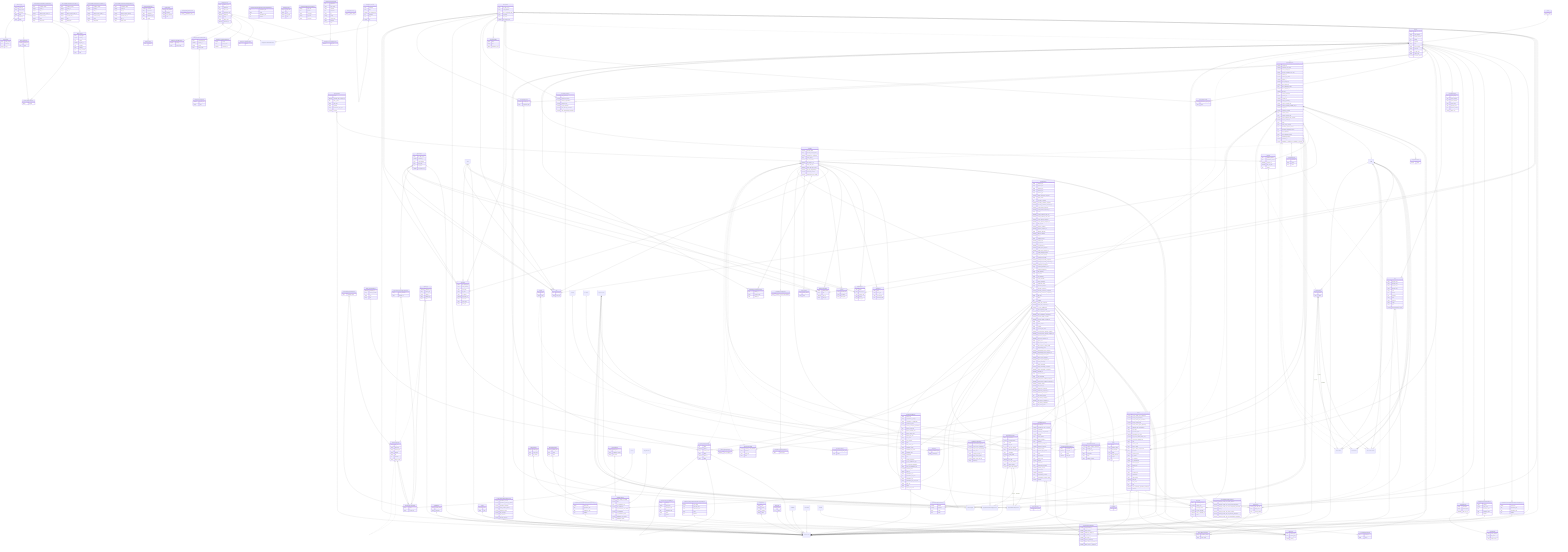
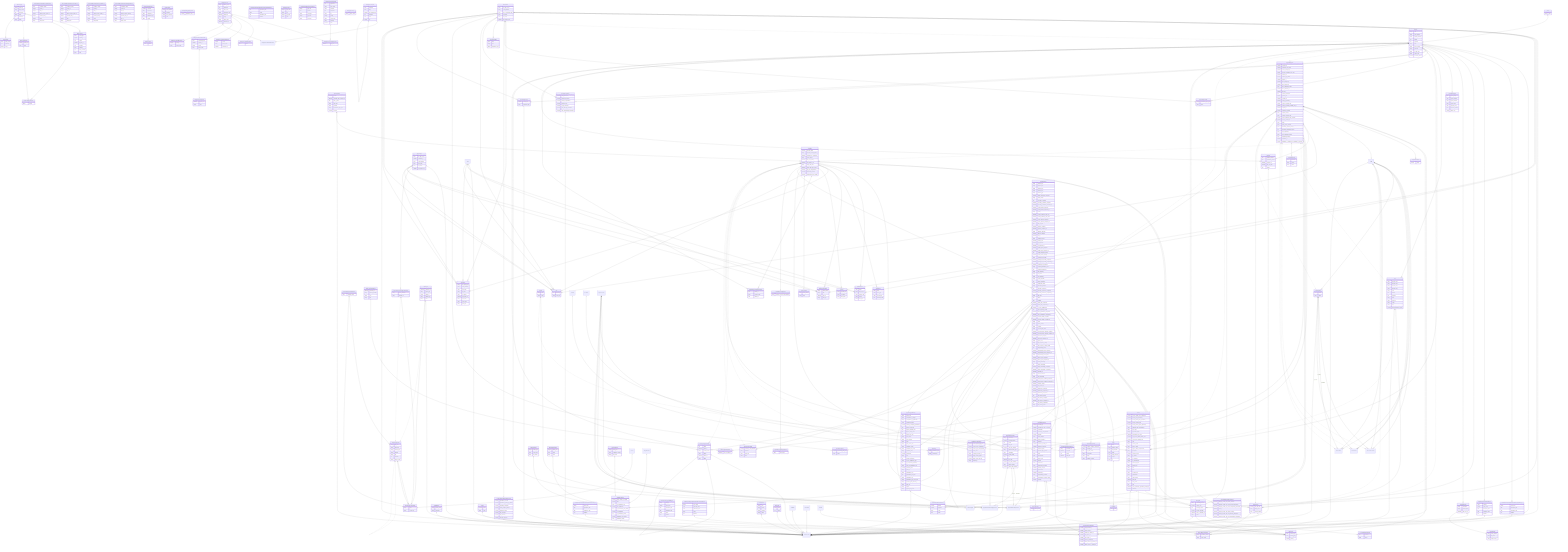
erDiagram
	direction TB
	AccountRecoveryRequest {
		string previous_account_email_address
	}
	AccountRecoveryRequestCode {
		string code_digest
	}
	"ActiveStorage::Attachment" {
		string name
		string record_type
	}
	"ActiveStorage::Blob" {
		integer byte_size
		string checksum
		string content_type
		string filename
		string key
		text metadata
		string service_name
	}
	"ActiveStorage::VariantRecord" {
		string variation_digest
	}
	"Adviser::SignUpRequest" {
		datetime sent_to_adviser_at
	}
	"Adviser::TeachingSubject" {
		datetime discarded_at
		string external_identifier
		string level
		string title
	}
	ApplicationChoice {
		datetime accepted_at
		datetime conditions_not_met_at
		datetime course_changed_at
		integer current_recruitment_cycle_year
		datetime declined_at
		boolean declined_by_default
		datetime inactive_at
		datetime offer_changed_at
		datetime offer_deferred_at
		string offer_withdrawal_reason
		datetime offer_withdrawn_at
		datetime offered_at
		text personal_statement
		integer provider_ids
		datetime recruited_at
		datetime reject_by_default_at
		integer reject_by_default_days
		datetime reject_by_default_feedback_sent_at
		datetime rejected_at
		boolean rejected_by_default
		string rejection_reason
		string rejection_reasons_type
		boolean school_placement_auto_selected
		datetime sent_to_provider_at
		string status
		string status_before_deferral
		jsonb structured_rejection_reasons
		text structured_withdrawal_reasons
		string visa_explanation
		string visa_explanation_details
		jsonb withdrawal_feedback
		datetime withdrawn_at
		boolean withdrawn_or_declined_for_candidate_by_provider
	}
	ApplicationExperience {
		string commitment
		boolean currently_working
		text details
		datetime end_date
		boolean end_date_unknown
		string experienceable_type
		string organisation
		boolean relevant_skills
		string role
		datetime start_date
		boolean start_date_unknown
		string working_pattern
		boolean working_with_children
	}
	ApplicationFeedback {
		boolean consent_to_be_contacted
		string feedback
		string page_title
		string path
	}
	ApplicationForm {
		string address_line1
		string address_line2
		string address_line3
		string address_line4
		string address_type
		boolean adviser_interruption_response
		string adviser_status
		text becoming_a_teacher
		boolean becoming_a_teacher_completed
		datetime becoming_a_teacher_completed_at
		boolean contact_details_completed
		datetime contact_details_completed_at
		string country
		datetime country_residency_date_from
		boolean country_residency_since_birth
		boolean course_choices_completed
		datetime course_choices_completed_at
		date date_of_birth
		boolean degrees_completed
		datetime degrees_completed_at
		string disability_disclosure
		boolean disclose_disability
		datetime edit_by
		jsonb editable_sections
		datetime editable_until
		boolean efl_completed
		datetime efl_completed_at
		boolean english_gcse_completed
		datetime english_gcse_completed_at
		text english_language_details
		boolean english_main_language
		jsonb equality_and_diversity
		boolean equality_and_diversity_completed
		datetime equality_and_diversity_completed_at
		boolean feedback_form_complete
		string feedback_satisfaction_level
		text feedback_suggestions
		string fifth_nationality
		string first_name
		string first_nationality
		string fourth_nationality
		text further_information
		string immigration_status
		string international_address
		text interview_preferences
		boolean interview_preferences_completed
		datetime interview_preferences_completed_at
		string last_name
		float latitude
		float longitude
		boolean maths_gcse_completed
		datetime maths_gcse_completed_at
		boolean no_other_qualifications
		text other_language_details
		boolean other_qualifications_completed
		datetime other_qualifications_completed_at
		boolean personal_details_completed
		datetime personal_details_completed_at
		string phase
		string phone_number
		string postcode
		string previous_last_names
		boolean previous_teacher_training_completed
		datetime previous_teacher_training_completed_at
		boolean references_completed
		datetime references_completed_at
		string region_code
		string right_to_work_or_study
		string right_to_work_or_study_details
		text safeguarding_issues
		boolean safeguarding_issues_completed
		datetime safeguarding_issues_completed_at
		string safeguarding_issues_status
		boolean science_gcse_completed
		datetime science_gcse_completed_at
		string second_nationality
		text subject_knowledge
		boolean subject_knowledge_completed
		datetime subject_knowledge_completed_at
		datetime submitted_at
		string support_reference
		string third_nationality
		boolean training_with_a_disability_completed
		datetime training_with_a_disability_completed_at
		boolean university_degree
		datetime visa_expired_at
		boolean volunteering_completed
		datetime volunteering_completed_at
		boolean volunteering_experience
		text work_history_breaks
		boolean work_history_completed
		datetime work_history_completed_at
		text work_history_explanation
		string work_history_status
	}
	ApplicationQualification {
		string award_year
		string comparable_uk_degree
		string comparable_uk_qualification
		jsonb constituent_grades
		boolean currently_completing_qualification
		uuid degree_grade_uuid
		uuid degree_institution_uuid
		uuid degree_subject_uuid
		uuid degree_type_uuid
		string enic_reason
		string enic_reference
		string grade
		string grade_hesa_code
		string institution_country
		string institution_hesa_code
		string institution_name
		boolean international
		string level
		text missing_explanation
		string non_uk_qualification_type
		text not_completed_explanation
		string other_uk_qualification_type
		boolean predicted_grade
		integer public_id
		string qualification_level
		uuid qualification_level_uuid
		string qualification_type
		string qualification_type_hesa_code
+ 		string selected_grade_schema_id
		string start_year
		string subject
		string subject_hesa_code
	}
	ApplicationReference {
		datetime cancelled_at
		datetime cancelled_at_end_of_cycle_at
		boolean confidential
		boolean consent_to_be_contacted
		boolean duplicate
		string email_address
		datetime email_bounced_at
		string feedback
		datetime feedback_provided_at
		datetime feedback_refused_at
		string feedback_status
		string hashed_sign_in_token
		string name
		jsonb questionnaire
		string referee_type
		boolean refused
		string relationship
		string relationship_correction
		datetime reminder_sent_at
		boolean replacement
		datetime requested_at
		string safeguarding_concerns
		string safeguarding_concerns_status
		boolean selected
	}
	ApplicationVolunteeringExperience {
	}
	ApplicationWorkExperience {
	}
	ApplicationWorkHistoryBreak {
		string breakable_type
		datetime end_date
		text reason
		datetime start_date
	}
	AuthenticationToken {
		string hashed_token
		string path
		datetime used_at
		string user_type
	}
	"Blazer::Audit" {
		string data_source
		text statement
		integer user_id
	}
	"Blazer::Check" {
		string check_type
		integer creator_id
		text emails
		datetime last_run_at
		text message
		string schedule
		text slack_channels
		string state
	}
	"Blazer::Dashboard" {
		integer creator_id
		string name
	}
	"Blazer::DashboardQuery" {
		integer position
	}
	"Blazer::Query" {
		integer creator_id
		string data_source
		text description
		string name
		text statement
		string status
	}
	Candidate {
		boolean account_locked
		string account_recovery_status
		datetime candidate_api_updated_at
		string email_address
		boolean hide_in_reporting
		datetime last_signed_in_at
		string magic_link_token
		datetime magic_link_token_sent_at
		boolean sign_up_email_bounced
		boolean submission_blocked
		boolean unsubscribed_from_emails
	}
	CandidateLocationPreference {
		decimal latitude
		decimal longitude
		string name
		float within
	}
	CandidatePoolApplication {
		boolean course_funding_type_fee
		boolean course_type_postgraduate
		boolean course_type_undergraduate
		boolean needs_visa
		integer rejected_provider_ids
		boolean study_mode_full_time
		boolean study_mode_part_time
		integer subject_ids
	}
	CandidatePreference {
		boolean dynamic_location_preferences
		string funding_type
		text opt_out_reason
		string pool_status
		string status
		string training_locations
	}
	ChaserSent {
		string chased_type
		string chaser_type
		integer course_id
	}
	Course {
		boolean accept_english_gcse_equivalency
		boolean accept_gcse_equivalency
		boolean accept_maths_gcse_equivalency
		boolean accept_pending_gcse
		boolean accept_science_gcse_equivalency
		string additional_gcse_equivalencies
		string age_range
		integer application_status
		datetime applications_open_from
		boolean can_sponsor_skilled_worker_visa
		boolean can_sponsor_student_visa
		string code
		string course_length
		string degree_grade
		string degree_subject_requirements
		string description
		boolean exposed_in_find
		string fee_details
		integer fee_domestic
		integer fee_international
		string financial_support
		string funding_type
		string level
		string name
		string program_type
		jsonb qualifications
		string salary_details
		datetime start_date
		string study_mode
		uuid uuid
		datetime visa_sponsorship_application_deadline_at
		boolean withdrawn
	}
	CourseOption {
		boolean site_still_valid
		string study_mode
		string vacancy_status
	}
	CourseSubject {
	}
	DataExport {
		datetime completed_at
		string export_type
		integer initiator_id
		string initiator_type
		string name
	}
	DataMigration {
		string service_name
		string timestamp
	}
	DeferredOfferConfirmation {
		string conditions_status
		string study_mode
	}
	"DeferredOfferConfirmation::ConditionsForm" {
		string conditions_status
		integer course_id
		integer offer_id
		integer offered_course_option_id
		integer provider_user_id
		integer site_id
		string study_mode
	}
	"DeferredOfferConfirmation::CourseForm" {
		string conditions_status
		integer course_id
		integer offer_id
		integer offered_course_option_id
		integer provider_user_id
		integer site_id
		string study_mode
	}
	"DeferredOfferConfirmation::LocationForm" {
		string conditions_status
		integer course_id
		integer offer_id
		integer offered_course_option_id
		integer provider_user_id
		integer site_id
		string study_mode
	}
	"DeferredOfferConfirmation::StudyModeForm" {
		string conditions_status
		integer course_id
		integer offer_id
		integer offered_course_option_id
		integer provider_user_id
		integer site_id
		string study_mode
	}
	DsiSession {
		string dfe_sign_in_uid
		string email_address
		string first_name
		string id_token
		string ip_address
		datetime last_active_at
		string last_name
		string user_agent
		string user_type
	}
	DuplicateMatch {
		boolean blocked
		datetime candidate_last_contacted_at
		date date_of_birth
		string last_name
		string postcode
		integer recruitment_cycle_year
		boolean resolved
	}
	Email {
		text body
		string delivery_status
		string mail_template
		string mailer
		string notify_reference
		string subject
		string to
	}
	EmailClick {
		string path
	}
	EnglishProficiency {
		boolean degree_taught_in_english
		boolean draft
		string efl_qualification_type
		boolean has_qualification
		text no_assessment_plan_details
		boolean no_qualification
		text no_qualification_details
		boolean qualification_not_needed
		string qualification_status
	}
	Feature {
		boolean active
		string name
	}
	"FieldTest::Event" {
		string name
	}
	"FieldTest::Membership" {
		boolean converted
		string experiment
		string participant_id
		string participant_type
		string variant
	}
	FindFeedback {
		string email_address
		string feedback
		string find_controller
		string path
	}
	IeltsQualification {
		integer award_year
		string band_score
		string trf_number
	}
	Interview {
		text additional_details
		text cancellation_reason
		datetime cancelled_at
		datetime date_and_time
		text location
	}
	Note {
		text message
		string user_type
	}
	Notification {
		string notification_type
		string notified_type
	}
	Offer {
	}
	OfferCondition {
		jsonb details
		string status
	}
	OneLoginAuth {
		string email_address
		string token
	}
	OtherEflQualification {
		integer award_year
		string grade
		string name
	}
	"Pool::Invite" {
		string candidate_decision
		boolean course_open
		text message_content
		boolean provider_message
		datetime sent_to_candidate_at
		string status
	}
	"Pool::InviteDeclineReason" {
		text comment
		string reason
	}
	PoolEligibleApplicationForm {
		integer application_form_id
	}
	PossiblePreviousTeacherTraining {
		date ended_on
		string provider_name
		date started_on
	}
	PreviousTeacherTraining {
		text details
		datetime ended_at
		string provider_name
		string started
		datetime started_at
		string status
	}
	Provider {
		string code
		string email_address
		enum handle_interviews
		float latitude
		float longitude
		string name
		string phone_number
		string postcode
		string provider_type
		string region_code
		boolean selectable_school
	}
	ProviderAgreement {
		datetime accepted_at
		string agreement_type
	}
	ProviderPermissions {
		boolean make_decisions
		boolean manage_api_tokens
		boolean manage_organisations
		boolean manage_users
		boolean set_up_interviews
		boolean view_diversity_information
		boolean view_safeguarding_information
	}
	ProviderPoolAction {
		integer recruitment_cycle_year
		string status
	}
	ProviderRelationshipPermissions {
		boolean ratifying_provider_can_make_decisions
		boolean ratifying_provider_can_view_diversity_information
		boolean ratifying_provider_can_view_safeguarding_information
		datetime setup_at
		boolean training_provider_can_make_decisions
		boolean training_provider_can_view_diversity_information
		boolean training_provider_can_view_safeguarding_information
	}
	ProviderUser {
		string dfe_sign_in_uid
		string email_address
		jsonb find_a_candidate_filters
		string first_name
		string last_name
		datetime last_signed_in_at
	}
	ProviderUserFilter {
		jsonb filters
		string kind
		integer pagination_page
	}
	ProviderUserNotificationPreferences {
		boolean application_received
		boolean application_rejected_by_default
		boolean application_withdrawn
		boolean chase_provider_decision
		boolean marketing_emails
		boolean offer_accepted
		boolean offer_declined
		boolean reference_received
	}
	"Publications::MonthlyStatistics::MonthlyStatisticsReport" {
		date generation_date
		string month
		date publication_date
		json statistics
	}
	"Publications::NationalRecruitmentPerformanceReport" {
		integer cycle_week
		date generation_date
		date publication_date
		json statistics
	}
	"Publications::ProviderEdiReport" {
		string category
		integer cycle_week
		date generation_date
		date publication_date
		json statistics
	}
	"Publications::ProviderRecruitmentPerformanceReport" {
		integer cycle_week
		date generation_date
		date publication_date
		json statistics
	}
	"Publications::RegionalEdiReport" {
		string category
		integer cycle_week
		date generation_date
		date publication_date
		string region
		json statistics
	}
	"Publications::RegionalRecruitmentPerformanceReport" {
		integer cycle_week
		date generation_date
		date publication_date
		string region
		json statistics
	}
	RecruitmentCycleTimetable {
		datetime apply_deadline_at
		datetime apply_opens_at
		datetime decline_by_default_at
		datetime find_closes_at
		datetime find_opens_at
		datetime reject_by_default_at
		datetime winter_decline_by_default_at
		datetime winter_reject_by_default_at
	}
	ReferenceCondition {
	}
	ReferenceToken {
		string hashed_token
	}
	RegionalReportFilter {
		integer recruitment_cycle_year
		string region
	}
	RejectionFeedback {
		boolean helpful
	}
	ServiceBanner {
		string body
		string header
		string interface
		string status
	}
	Session {
		string id_token_hint
		string ip_address
		string user_agent
	}
	SessionError {
		string body
		string error_type
		string id_token_hint
		json omniauth_hash
	}
	Site {
		string address_line1
		string address_line2
		string address_line3
		string address_line4
		string code
		float latitude
		float longitude
		string name
		string postcode
		string region
		string uuid
		boolean uuid_generated_by_apply
	}
	SiteSetting {
		string name
		text value
	}
	SkeCondition {
	}
	"SolidCache::Entry" {
		integer byte_size
		binary key
		integer key_hash
		binary value
	}
	"SolidCacheDashboard::CacheEvent" {
		integer byte_size
		float duration
		string event_type
		integer key_hash
		string key_string
	}
	"SolidQueue::BlockedExecution" {
		string concurrency_key
		datetime expires_at
		integer priority
		string queue_name
	}
	"SolidQueue::ClaimedExecution" {
	}
	"SolidQueue::FailedExecution" {
		text error
	}
	"SolidQueue::Job" {
		string active_job_id
		text arguments
		string class_name
		string concurrency_key
		datetime finished_at
		integer priority
		string queue_name
		datetime scheduled_at
	}
	"SolidQueue::Pause" {
		string queue_name
	}
	"SolidQueue::Process" {
		string hostname
		string kind
		datetime last_heartbeat_at
		text metadata
		string name
		integer pid
	}
	"SolidQueue::ReadyExecution" {
		integer priority
		string queue_name
	}
	"SolidQueue::RecurringExecution" {
		datetime run_at
	}
	"SolidQueue::RecurringTask" {
		text arguments
		string class_name
		string command
		text description
		string key
		integer priority
		string queue_name
		string schedule
		boolean static
	}
	"SolidQueue::ScheduledExecution" {
		integer priority
		string queue_name
		datetime scheduled_at
	}
	"SolidQueue::Semaphore" {
		datetime expires_at
		integer value
	}
	Subject {
		string code
		string name
	}
	"SupportInterface::NotifySendRequest" {
		string email_addresses
		string template_id
	}
	SupportUser {
		string dfe_sign_in_uid
		datetime discarded_at
		string email_address
		string first_name
		string last_name
		datetime last_signed_in_at
	}
	TextCondition {
	}
	ToeflQualification {
		integer award_year
		string registration_number
		integer total_score
	}
	ValidationError {
		jsonb details
		string form_object
		string request_path
		string service
		string user_type
	}
	Vendor {
		string name
	}
	VendorAPIRequest {
		jsonb request_body
		jsonb request_headers
		string request_method
		string request_path
		jsonb response_body
		jsonb response_headers
		integer status_code
	}
	VendorAPIToken {
		string description
		string hashed_token
		datetime last_used_at
	}
	VendorApiUser {
		string email_address
		string full_name
		string vendor_user_id
	}
	WithdrawalReason {
		text comment
		string reason
		string status
	}
	ApplicationExperience ||--o{ ApplicationVolunteeringExperience : "specializes"
	ApplicationExperience ||--o{ ApplicationWorkExperience : "specializes"
	OfferCondition ||--o{ ReferenceCondition : "specializes"
	OfferCondition ||--o{ SkeCondition : "specializes"
	OfferCondition ||--o{ TextCondition : "specializes"
	"FieldTest::Membership" ||--}o "FieldTest::Event" : ""
	Auditable o|--}o "Audited::Audit" : ""
	ApplicationChoice o|--}o "Audited::Audit" : ""
	ApplicationExperience o|--}o "Audited::Audit" : ""
	ApplicationForm o|--}o "Audited::Audit" : ""
	ApplicationQualification o|--}o "Audited::Audit" : ""
	ApplicationReference o|--}o "Audited::Audit" : ""
	ApplicationWorkHistoryBreak o|--}o "Audited::Audit" : ""
	Candidate o|--}o "Audited::Audit" : ""
	CourseOption o|--}o "Audited::Audit" : ""
	DataExport o|--}o "Audited::Audit" : ""
	DataMigration o|--}o "Audited::Audit" : ""
	DuplicateMatch o|--}o "Audited::Audit" : ""
	EnglishProficiency o|--}o "Audited::Audit" : ""
	Feature o|--}o "Audited::Audit" : ""
	Interview o|--}o "Audited::Audit" : ""
	OfferCondition o|--}o "Audited::Audit" : ""
	PreviousTeacherTraining o|--}o "Audited::Audit" : ""
	Provider o|--}o "Audited::Audit" : ""
	ProviderAgreement o|--}o "Audited::Audit" : ""
	ProviderPermissions o|--}o "Audited::Audit" : ""
	ProviderRelationshipPermissions o|--}o "Audited::Audit" : ""
	ProviderUser o|--}o "Audited::Audit" : ""
	ProviderUserNotificationPreferences o|--}o "Audited::Audit" : ""
	ServiceBanner o|--}o "Audited::Audit" : ""
	SiteSetting o|--}o "Audited::Audit" : ""
	SupportUser o|--}o "Audited::Audit" : ""
	VendorAPIToken o|--}o "Audited::Audit" : ""
	User o|--}o "Audited::Audit" : ""
	Associated o|--}o "Audited::Audit" : ""
	"Blazer::Query" ||--}o "Blazer::Check" : ""
	"Blazer::Query" ||--}o "Blazer::DashboardQuery" : ""
	"Blazer::Query" o|..}o "Blazer::Dashboard" : ""
	"Blazer::Query" o|--}o "Blazer::Audit" : ""
	"Blazer::Dashboard" ||--}o "Blazer::DashboardQuery" : ""
	"SolidQueue::RecurringTask" o|--}o "SolidQueue::RecurringExecution" : ""
	"SolidQueue::Process" ||--}o "SolidQueue::ClaimedExecution" : ""
	"SolidQueue::Process" o|--}o "SolidQueue::Process" : ""
	"SolidQueue::Job" o|--|o "SolidQueue::RecurringExecution" : ""
	"SolidQueue::Job" o|--|o "SolidQueue::FailedExecution" : ""
	"SolidQueue::Job" o|--|o "SolidQueue::ScheduledExecution" : ""
	"SolidQueue::Job" o|--|o "SolidQueue::BlockedExecution" : ""
	"SolidQueue::Job" o|--|o "SolidQueue::ReadyExecution" : ""
	"SolidQueue::Job" o|--|o "SolidQueue::ClaimedExecution" : ""
	"SolidQueue::BlockedExecution" o|--|o "SolidQueue::Semaphore" : ""
	"ActiveStorage::VariantRecord" ||--}o "ActiveStorage::Blob" : ""
	Record ||--|o "ActiveStorage::Attachment" : ""
	"ActiveStorage::Blob" ||--|o "ActiveStorage::Attachment" : ""
	"ActiveStorage::VariantRecord" ||--|o "ActiveStorage::Attachment" : ""
	DataExport ||--|o "ActiveStorage::Attachment" : ""
	"SupportInterface::NotifySendRequest" ||--|o "ActiveStorage::Attachment" : ""
	"ActiveStorage::Blob" ||--}o "ActiveStorage::Attachment" : ""
	"ActiveStorage::Blob" o|..|o "ActiveStorage::Blob" : ""
	SupportUser ||--}o "SupportInterface::NotifySendRequest" : ""
	"SupportInterface::NotifySendRequest" o|..|o "ActiveStorage::Blob" : ""
	"Publications::RegionalRecruitmentPerformanceReport" o|--|o RecruitmentCycleTimetable : ""
	"Publications::RegionalEdiReport" o|--|o RecruitmentCycleTimetable : ""
	Provider ||--}o "Publications::ProviderRecruitmentPerformanceReport" : ""
	"Publications::ProviderRecruitmentPerformanceReport" o|--|o RecruitmentCycleTimetable : ""
	"Publications::ProviderEdiReport" o|--|o RecruitmentCycleTimetable : ""
	Provider ||--}o "Publications::ProviderEdiReport" : ""
	"Publications::NationalRecruitmentPerformanceReport" o|--|o RecruitmentCycleTimetable : ""
	"Pool::Invite" ||--}o "Pool::InviteDeclineReason" : ""
	Chased ||--}o ChaserSent : ""
	ApplicationChoice ||--}o ChaserSent : ""
	ApplicationForm ||--}o ChaserSent : ""
	ApplicationReference ||--}o ChaserSent : ""
	Candidate ||--}o ChaserSent : ""
	"Pool::Invite" ||--}o ChaserSent : ""
	Candidate ||--}o "Pool::Invite" : ""
	ApplicationForm ||--}o "Pool::Invite" : ""
	"Pool::Invite" o|--}o ApplicationChoice : ""
	Provider ||--}o "Pool::Invite" : ""
	ProviderUser ||--}o "Pool::Invite" : ""
	Course ||--}o "Pool::Invite" : ""
	"Pool::Invite" o|--|o RecruitmentCycleTimetable : ""
	ApplicationForm ||--}o "Adviser::SignUpRequest" : ""
	"Adviser::TeachingSubject" ||--}o "Adviser::SignUpRequest" : ""
	VendorAPIToken ||--}o VendorApiUser : ""
	Provider ||--}o VendorAPIToken : ""
	Provider o|--}o VendorAPIRequest : ""
	Vendor o|--}o Provider : ""
	User o|--}o ValidationError : ""
	Candidate o|--}o ValidationError : ""
	ProviderUser o|--}o ValidationError : ""
	SupportUser o|--}o ValidationError : ""
	EflQualification o|--|o EnglishProficiency : ""
	IeltsQualification o|--|o EnglishProficiency : ""
	OtherEflQualification o|--|o EnglishProficiency : ""
	ToeflQualification o|--|o EnglishProficiency : ""
	User ||--}o AuthenticationToken : ""
	Candidate ||--}o AuthenticationToken : ""
	ProviderUser ||--}o AuthenticationToken : ""
	SupportUser ||--}o AuthenticationToken : ""
	User ||--}o DsiSession : ""
	Candidate ||--}o DsiSession : ""
	ProviderUser ||--}o DsiSession : ""
	SupportUser ||--}o DsiSession : ""
	Subject ||--}o CourseSubject : ""
	Subject o|..}o Course : ""
	Provider ||--}o Site : ""
	Site ||--}o CourseOption : ""
	Site o|..}o Course : ""
	Candidate o|--}o SessionError : ""
	Candidate ||--}o Session : ""
	ApplicationChoice ||--}o RejectionFeedback : ""
	ProviderUser ||--}o RegionalReportFilter : ""
	Provider ||--}o RegionalReportFilter : ""
	ApplicationReference ||--}o ReferenceToken : ""
	ProviderUser ||--|o ProviderUserNotificationPreferences : ""
	ProviderUser ||--}o ProviderUserFilter : ""
	ProviderUser ||--}o ProviderPermissions : ""
	ProviderUser o|..}o Provider : ""
	ProviderUser o|--}o Note : ""
	ProviderUser ||--}o ProviderPoolAction : ""
	ApplicationForm ||--}o ProviderPoolAction : ""
	Provider ||--}o ProviderPermissions : ""
	Provider ||--}o ProviderAgreement : ""
	ProviderUser ||--}o ProviderAgreement : ""
	Provider ||--}o Course : ""
	Provider o|..}o CourseOption : ""
	Provider o|..}o ApplicationChoice : ""
	Provider o|..}o ApplicationForm : ""
	Provider o|..}o ApplicationReference : ""
	Provider ||--}o ProviderRelationshipPermissions : ""
	Candidate ||--}o PossiblePreviousTeacherTraining : ""
	Provider o|--}o PossiblePreviousTeacherTraining : ""
	Candidate ||--|o OneLoginAuth : ""
	ApplicationChoice ||--|o Offer : ""
	Offer ||--}o OfferCondition : ""
	Offer ||--}o ReferenceCondition : ""
	Offer ||--}o SkeCondition : ""
	Offer ||--}o TextCondition : ""
	Offer o|--}o TextCondition : ""
	Offer o|--}o SkeCondition : ""
	Offer o|--|o ReferenceCondition : ""
	Offer o|..|o CourseOption : ""
	Notified ||--}o Notification : ""
	ApplicationForm ||--}o Notification : ""
	ApplicationChoice ||--}o Note : ""
	User ||--}o Note : ""
	Candidate ||--}o Note : ""
	ProviderUser ||--}o Note : ""
	SupportUser ||--}o Note : ""
	ApplicationChoice ||--}o Interview : ""
	Provider ||--}o Interview : ""
	Email ||--}o EmailClick : ""
	ApplicationForm o|--}o Email : ""
	DuplicateMatch o|--}o Candidate : ""
	ProviderUser o|--}o DsiSession : ""
	ProviderUser ||--}o DeferredOfferConfirmation : ""
	Offer ||--}o DeferredOfferConfirmation : ""
	Course ||--}o DeferredOfferConfirmation : ""
	Site ||--}o DeferredOfferConfirmation : ""
	CourseOption ||--}o DeferredOfferConfirmation : ""
	DataExport o|..|o "ActiveStorage::Blob" : ""
	Course ||--}o CourseSubject : ""
	Course ||--}o CourseOption : ""
	CourseOption ||--}o ApplicationChoice : ""
	Course o|..}o ApplicationChoice : ""
	Course o|--|o RecruitmentCycleTimetable : ""
	ApplicationForm ||--}o CandidatePreference : ""
	CandidatePreference ||--}o CandidateLocationPreference : ""
	ApplicationForm ||--|o CandidatePoolApplication : ""
	Candidate ||--}o CandidatePoolApplication : ""
	Provider o|--}o CandidateLocationPreference : ""
	Breakable ||--}o ApplicationWorkHistoryBreak : ""
	ApplicationChoice ||--}o ApplicationWorkHistoryBreak : ""
	ApplicationForm ||--}o ApplicationWorkHistoryBreak : ""
	ApplicationForm ||--}o ApplicationReference : ""
	ApplicationReference o|..}o Candidate : ""
	ApplicationForm o|--|o RecruitmentCycleTimetable : ""
	Candidate ||--}o ApplicationForm : ""
	ApplicationForm ||--}o ApplicationChoice : ""
	ApplicationForm o|..}o CourseOption : ""
	ApplicationForm o|..}o Course : ""
	Experienceable o|--}o ApplicationWorkExperience : ""
	ApplicationChoice o|--}o ApplicationWorkExperience : ""
	ApplicationForm o|--}o ApplicationWorkExperience : ""
	Experienceable o|--}o ApplicationVolunteeringExperience : ""
	ApplicationChoice o|--}o ApplicationVolunteeringExperience : ""
	ApplicationForm o|--}o ApplicationVolunteeringExperience : ""
	ApplicationForm ||--}o ApplicationQualification : ""
	ApplicationForm o|..}o CandidateLocationPreference : ""
	ApplicationForm ||--}o PreviousTeacherTraining : ""
	ApplicationForm o|--|o ApplicationForm : ""
	ApplicationForm ||--}o EnglishProficiency : ""
	ApplicationForm ||--}o ApplicationFeedback : ""
	ApplicationFeedback o|..|o Candidate : ""
	Experienceable ||--}o ApplicationExperience : ""
	ApplicationChoice ||--}o ApplicationExperience : ""
	ApplicationForm ||--}o ApplicationExperience : ""
	Experienceable ||--}o ApplicationVolunteeringExperience : ""
	Experienceable ||--}o ApplicationWorkExperience : ""
	ApplicationChoice o|..}o Candidate : ""
	ApplicationChoice o|..|o Site : ""
	ApplicationChoice ||--}o WithdrawalReason : ""
	AccountRecoveryRequest ||--}o AccountRecoveryRequestCode : ""
	Candidate ||--|o AccountRecoveryRequest : ""
	OfferCondition o|..|o ApplicationChoice : ""
	ReferenceCondition o|..|o ApplicationChoice : ""
	SkeCondition o|..|o ApplicationChoice : ""
	TextCondition o|..|o ApplicationChoice : ""
	ApplicationQualification o|..}o Candidate : ""
	Provider o|--}o PreviousTeacherTraining : ""
	PreviousTeacherTraining o|--|o PreviousTeacherTraining : ""
	Course o|--}o Candidate : ""
	Candidate o|..}o PreviousTeacherTraining : ""